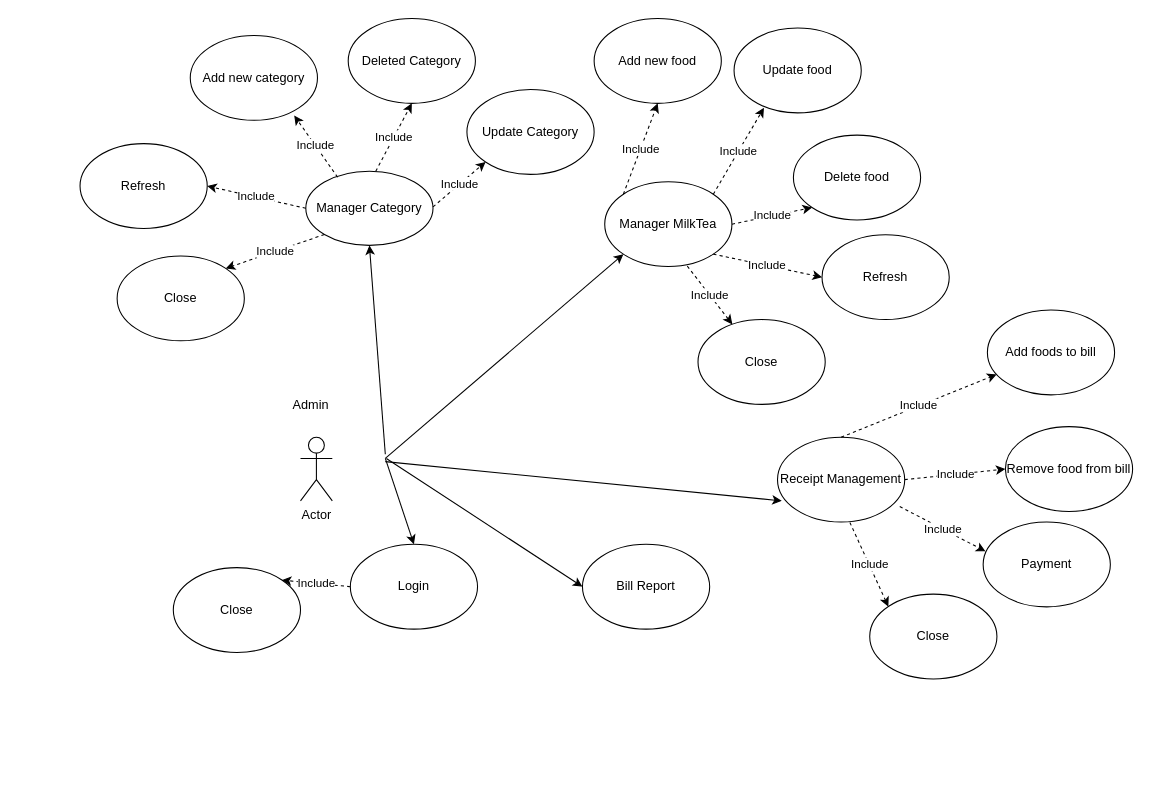
Before: Untitled Diagram.drawio in tan0976861/PRN292, a draw.io diagram. Source tidied: cells renumbered, new cells numbered last; positions are measured from the earlier drawing's top-left corner, leaving out a move shared by most shapes. Both pictures are drawn from the tidied source at 106%, with x=0, y=0 at pixel (80, 18).
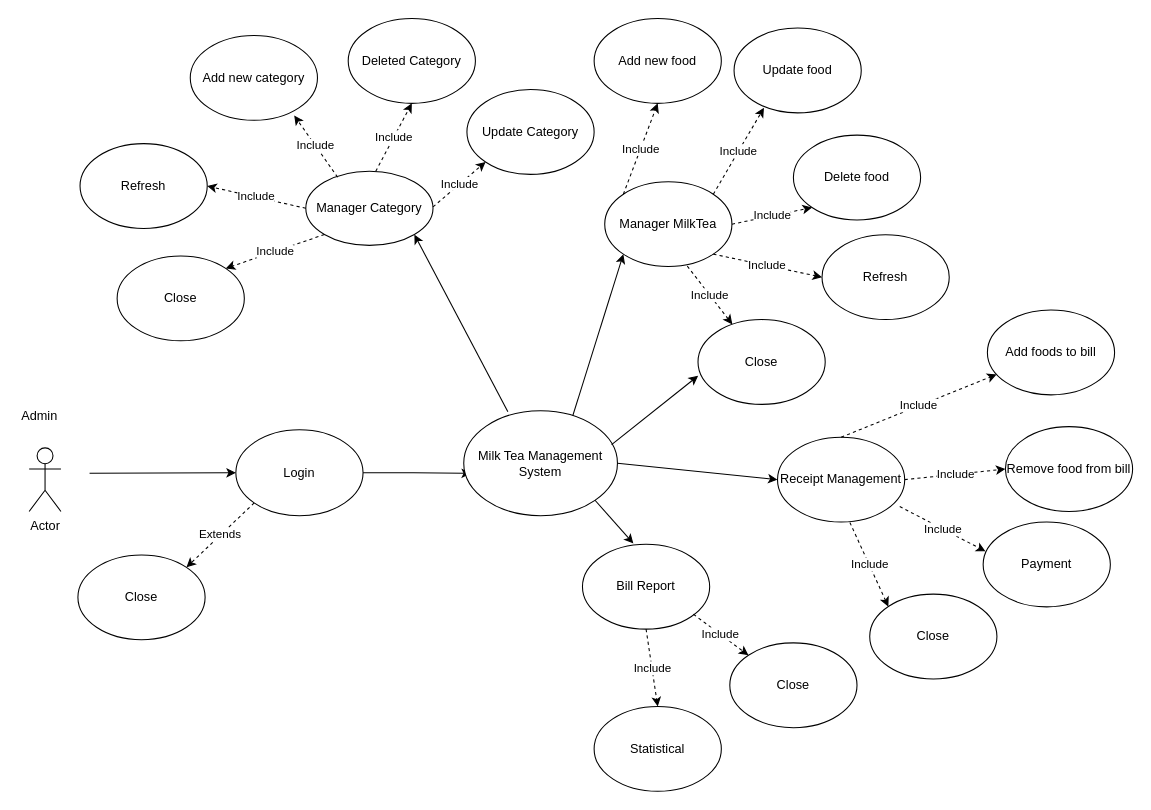
Above is the later version.

Unchanged cells that the change refers to:
```xml
<mxCell id="4" value="Manager MilkTea" style="ellipse;whiteSpace=wrap;html=1;" parent="1" vertex="1">
  <mxGeometry x="495" y="154" width="120" height="80" as="geometry" />
</mxCell>
<mxCell id="15" value="Receipt Management" style="ellipse;whiteSpace=wrap;html=1;" parent="1" vertex="1">
  <mxGeometry x="658" y="395" width="120" height="80" as="geometry" />
</mxCell>
<mxCell id="20" value="Bill Report" style="ellipse;whiteSpace=wrap;html=1;" parent="1" vertex="1">
  <mxGeometry x="474" y="496" width="120" height="80" as="geometry" />
</mxCell>
<mxCell id="22" value="Manager Category" style="ellipse;whiteSpace=wrap;html=1;" parent="1" vertex="1">
  <mxGeometry x="213" y="144" width="120" height="70" as="geometry" />
</mxCell>
<mxCell id="32" value="Close" style="ellipse;whiteSpace=wrap;html=1;" parent="1" vertex="1">
  <mxGeometry x="583" y="284" width="120" height="80" as="geometry" />
</mxCell>
```

Diff of the diagram source:
```diff
@@
     <mxCell id="2" value="Actor" style="shape=umlActor;verticalLabelPosition=bottom;verticalAlign=top;html=1;" parent="1" vertex="1">
-      <mxGeometry x="208" y="395" width="30" height="60" as="geometry" />
+      <mxGeometry x="-48" y="405" width="30" height="60" as="geometry" />
     </mxCell>
+    <mxCell id="44" style="edgeStyle=orthogonalEdgeStyle;rounded=0;jettySize=auto;html=1;exitX=1;exitY=0.5;exitDx=0;exitDy=0;entryX=0.047;entryY=0.597;entryDx=0;entryDy=0;entryPerimeter=0;" parent="1" edge="1" source="3" target="50">
+      <mxGeometry relative="1" as="geometry" />
+    </mxCell>
     <mxCell id="3" value="Login" style="ellipse;whiteSpace=wrap;html=1;" parent="1" vertex="1">
-      <mxGeometry x="255" y="496" width="120" height="80" as="geometry" />
+      <mxGeometry x="147" y="388" width="120" height="81" as="geometry" />
     </mxCell>
@@
-    <mxCell id="5" style="endArrow=classic;html=1;entryX=0;entryY=1;entryDx=0;entryDy=0;" parent="1" edge="1" target="4">
-      <mxGeometry relative="1" as="geometry">
-        <mxPoint x="288" y="415" as="sourcePoint" />
-      </mxGeometry>
+    <mxCell id="5" style="endArrow=classic;html=1;entryX=0;entryY=1;entryDx=0;entryDy=0;exitX=0.709;exitY=0.048;exitDx=0;exitDy=0;exitPerimeter=0;" parent="1" edge="1" source="50" target="4">
+      <mxGeometry relative="1" as="geometry" />
     </mxCell>
-    <mxCell id="6" style="endArrow=classic;html=1;entryX=0.033;entryY=0.75;entryDx=0;entryDy=0;entryPerimeter=0;" parent="1" edge="1" target="15">
-      <mxGeometry relative="1" as="geometry">
-        <mxPoint x="288" y="418" as="sourcePoint" />
-      </mxGeometry>
-    </mxCell>
-    <mxCell id="7" style="endArrow=classic;html=1;entryX=0.5;entryY=0;entryDx=0;entryDy=0;" parent="1" edge="1" target="3">
-      <mxGeometry relative="1" as="geometry">
-        <mxPoint x="288" y="415" as="sourcePoint" />
-      </mxGeometry>
-    </mxCell>
@@
     <mxCell id="14" value="Admin" style="text;html=1;strokeColor=none;fillColor=none;align=center;verticalAlign=middle;whiteSpace=wrap;rounded=0;" parent="1" vertex="1">
-      <mxGeometry x="198" y="355" width="40" height="20" as="geometry" />
+      <mxGeometry x="-58" y="365" width="40" height="20" as="geometry" />
     </mxCell>
@@
-    <mxCell id="21" style="endArrow=classic;html=1;entryX=0;entryY=0.5;entryDx=0;entryDy=0;" parent="1" edge="1" target="20">
-      <mxGeometry relative="1" as="geometry">
-        <mxPoint x="289" y="415" as="sourcePoint" />
-      </mxGeometry>
-    </mxCell>
@@
-    <mxCell id="23" style="endArrow=classic;html=1;entryX=0.5;entryY=1;entryDx=0;entryDy=0;" parent="1" edge="1" target="22">
-      <mxGeometry relative="1" as="geometry">
-        <mxPoint x="288" y="411" as="sourcePoint" />
-      </mxGeometry>
-    </mxCell>
@@
-    <mxCell id="38" value="Include" style="endArrow=classic;html=1;exitX=0;exitY=0.5;exitDx=0;exitDy=0;dashed=1;entryX=1;entryY=0;entryDx=0;entryDy=0;" parent="1" edge="1" source="3" target="39">
-      <mxGeometry relative="1" as="geometry" />
-    </mxCell>
     <mxCell id="39" value="Close" style="ellipse;whiteSpace=wrap;html=1;" parent="1" vertex="1">
-      <mxGeometry x="88" y="518" width="120" height="80" as="geometry" />
+      <mxGeometry x="-2" y="506" width="120" height="80" as="geometry" />
     </mxCell>
@@
+    <mxCell id="45" value="Close" style="ellipse;whiteSpace=wrap;html=1;" parent="1" vertex="1">
+      <mxGeometry x="613" y="589" width="120" height="80" as="geometry" />
+    </mxCell>
+    <mxCell id="46" value="Include" style="endArrow=classic;html=1;entryX=0;entryY=0;entryDx=0;entryDy=0;exitX=0.569;exitY=1.005;exitDx=0;exitDy=0;dashed=1;exitPerimeter=0;" parent="1" edge="1" target="45">
+      <mxGeometry relative="1" as="geometry">
+        <mxPoint x="578.7" y="562" as="sourcePoint" />
+      </mxGeometry>
+    </mxCell>
+    <mxCell id="47" value="Statistical" style="ellipse;whiteSpace=wrap;html=1;" parent="1" vertex="1">
+      <mxGeometry x="485" y="649" width="120" height="80" as="geometry" />
+    </mxCell>
+    <mxCell id="48" value="Include" style="endArrow=classic;html=1;entryX=0.5;entryY=0;entryDx=0;entryDy=0;exitX=0.5;exitY=1;exitDx=0;exitDy=0;dashed=1;" parent="1" edge="1" source="20" target="47">
+      <mxGeometry relative="1" as="geometry" />
+    </mxCell>
+    <mxCell id="49" style="endArrow=classic;html=1;entryX=0;entryY=0.5;entryDx=0;entryDy=0;" parent="1" edge="1" target="3">
+      <mxGeometry relative="1" as="geometry">
+        <mxPoint x="9" y="429" as="sourcePoint" />
+      </mxGeometry>
+    </mxCell>
+    <mxCell id="38" value="Extends" style="endArrow=classic;html=1;entryX=1;entryY=0;entryDx=0;entryDy=0;exitX=0;exitY=1;exitDx=0;exitDy=0;dashed=1;" parent="1" edge="1" source="3" target="39">
+      <mxGeometry relative="1" as="geometry" />
+    </mxCell>
+    <mxCell id="50" value="Milk Tea Management System" style="ellipse;whiteSpace=wrap;html=1;" parent="1" vertex="1">
+      <mxGeometry x="362" y="370" width="145" height="99" as="geometry" />
+    </mxCell>
+    <mxCell id="51" style="endArrow=classic;html=1;entryX=1;entryY=1;entryDx=0;entryDy=0;exitX=0.287;exitY=0.01;exitDx=0;exitDy=0;exitPerimeter=0;" parent="1" edge="1" source="50" target="22">
+      <mxGeometry relative="1" as="geometry" />
+    </mxCell>
+    <mxCell id="52" style="endArrow=classic;html=1;entryX=0.001;entryY=0.663;entryDx=0;entryDy=0;exitX=0.962;exitY=0.323;exitDx=0;exitDy=0;exitPerimeter=0;entryPerimeter=0;" parent="1" edge="1" source="50" target="32">
+      <mxGeometry relative="1" as="geometry" />
+    </mxCell>
+    <mxCell id="53" style="endArrow=classic;html=1;entryX=0;entryY=0.5;entryDx=0;entryDy=0;exitX=1;exitY=0.5;exitDx=0;exitDy=0;" parent="1" edge="1" source="50" target="15">
+      <mxGeometry relative="1" as="geometry" />
+    </mxCell>
+    <mxCell id="54" style="endArrow=classic;html=1;exitX=1;exitY=1;exitDx=0;exitDy=0;entryX=0.4;entryY=-0.01;entryDx=0;entryDy=0;entryPerimeter=0;" parent="1" edge="1" source="50" target="20">
+      <mxGeometry relative="1" as="geometry" />
+    </mxCell>
```
